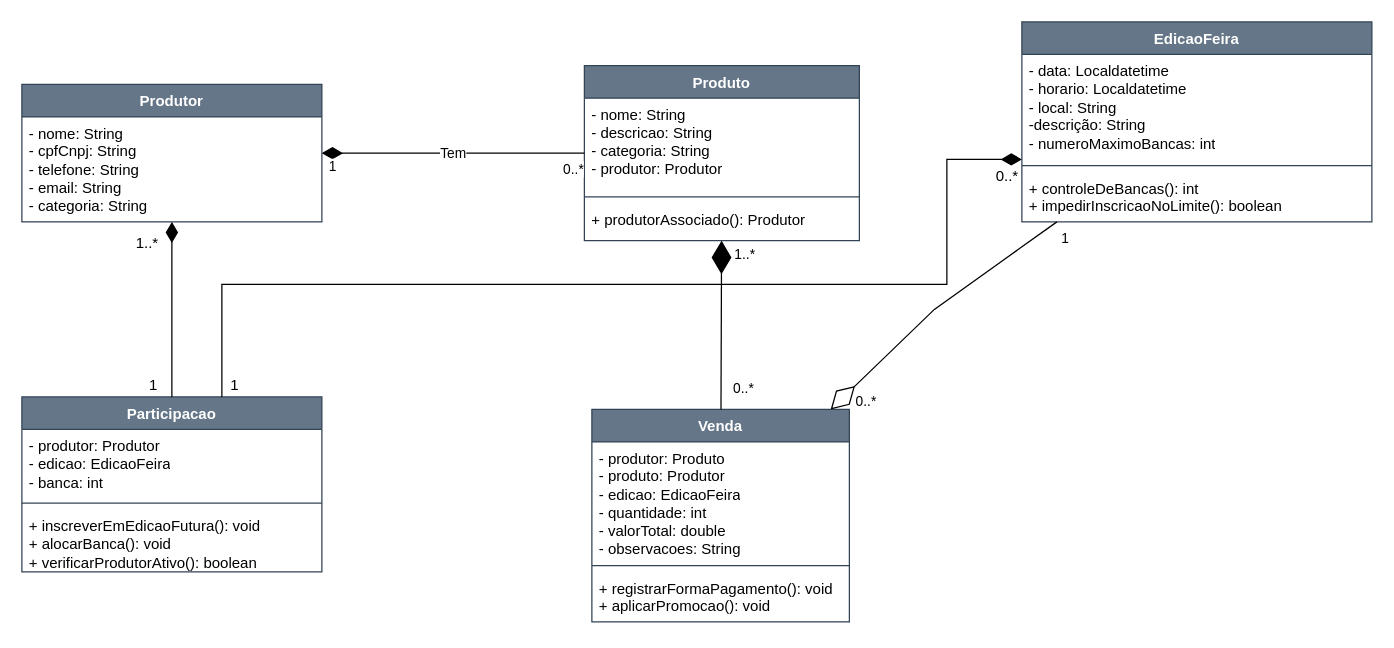
Earlier version of the draw.io diagram gestãofeirasV2(1).drawio (GustavoFelipeM/aplicacao-provas). Source tidied: cells renumbered, new cells numbered last; positions are measured from the earlier drawing's top-left corner, leaving out a move shared by most shapes. Both pictures are drawn from the tidied source at 125%, with x=0, y=0 at pixel (21, 21).
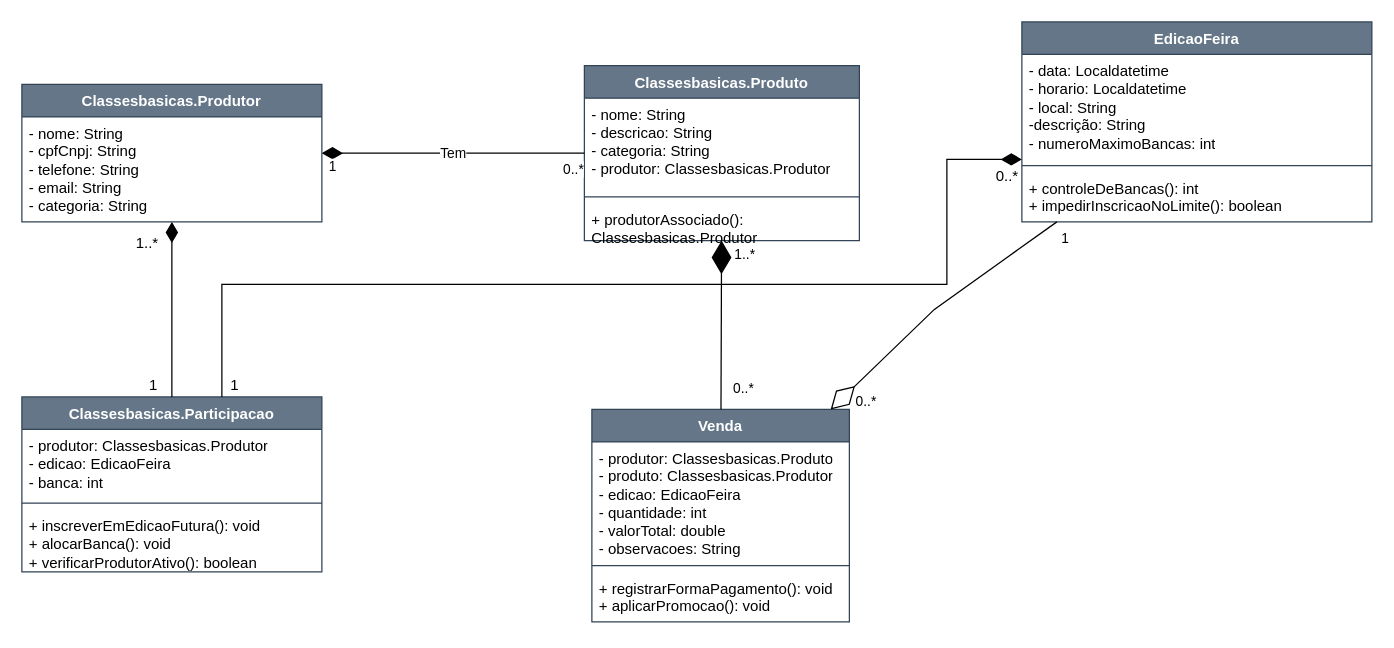
The same page after the edit.

Unchanged cells that the change refers to:
```xml
<mxCell id="16" value="Venda" style="swimlane;fontStyle=1;align=center;verticalAlign=top;horizontal=1;startSize=26;whiteSpace=wrap;html=1;fillColor=#647687;fontColor=#ffffff;strokeColor=#314354;" parent="1" vertex="1">
  <mxGeometry x="456" y="310" width="206" height="170" as="geometry" />
</mxCell>
```

What changed in the source:
```diff
@@
-    <mxCell id="2" value="Produtor" style="swimlane;fontStyle=1;align=center;verticalAlign=top;horizontal=1;startSize=26;whiteSpace=wrap;html=1;fillColor=#647687;strokeColor=#314354;fontColor=#ffffff;" parent="1" vertex="1">
+    <mxCell id="2" value="Classesbasicas.Produtor" style="swimlane;fontStyle=1;align=center;verticalAlign=top;horizontal=1;startSize=26;whiteSpace=wrap;html=1;fillColor=#647687;strokeColor=#314354;fontColor=#ffffff;" parent="1" vertex="1">
       <mxGeometry y="50" width="240" height="110" as="geometry" />
     </mxCell>
@@
-    <mxCell id="4" value="Produto" style="swimlane;fontStyle=1;align=center;verticalAlign=top;horizontal=1;startSize=26;whiteSpace=wrap;html=1;fillColor=#647687;strokeColor=#314354;fontColor=#ffffff;" parent="1" vertex="1">
+    <mxCell id="4" value="Classesbasicas.Produto" style="swimlane;fontStyle=1;align=center;verticalAlign=top;horizontal=1;startSize=26;whiteSpace=wrap;html=1;fillColor=#647687;strokeColor=#314354;fontColor=#ffffff;" parent="1" vertex="1">
       <mxGeometry x="450" y="35" width="220" height="140" as="geometry" />
     </mxCell>
-    <mxCell id="5" value="- nome: String&lt;div&gt;- descricao&lt;span style=&quot;background-color: transparent; color: light-dark(rgb(0, 0, 0), rgb(255, 255, 255));&quot;&gt;: String&lt;/span&gt;&lt;/div&gt;&lt;div&gt;- categoria&lt;span style=&quot;background-color: transparent; color: light-dark(rgb(0, 0, 0), rgb(255, 255, 255));&quot;&gt;: String&lt;/span&gt;&lt;/div&gt;&lt;div&gt;&lt;span style=&quot;background-color: transparent; color: light-dark(rgb(0, 0, 0), rgb(255, 255, 255));&quot;&gt;- produtor: Produtor&lt;/span&gt;&lt;/div&gt;" style="text;strokeColor=none;fillColor=none;align=left;verticalAlign=top;spacingLeft=4;spacingRight=4;overflow=hidden;whiteSpace=wrap;html=1;" parent="4" vertex="1">
+    <mxCell id="5" value="- nome: String&lt;div&gt;- descricao&lt;span style=&quot;background-color: transparent; color: light-dark(rgb(0, 0, 0), rgb(255, 255, 255));&quot;&gt;: String&lt;/span&gt;&lt;/div&gt;&lt;div&gt;- categoria&lt;span style=&quot;background-color: transparent; color: light-dark(rgb(0, 0, 0), rgb(255, 255, 255));&quot;&gt;: String&lt;/span&gt;&lt;/div&gt;&lt;div&gt;&lt;span style=&quot;background-color: transparent; color: light-dark(rgb(0, 0, 0), rgb(255, 255, 255));&quot;&gt;- produtor: Classesbasicas.Produtor&lt;/span&gt;&lt;/div&gt;" style="text;strokeColor=none;fillColor=none;align=left;verticalAlign=top;spacingLeft=4;spacingRight=4;overflow=hidden;whiteSpace=wrap;html=1;" parent="4" vertex="1">
       <mxGeometry y="26" width="220" height="74" as="geometry" />
     </mxCell>
@@
-    <mxCell id="7" value="&lt;div&gt;+ produtorAssociado(): Produtor&lt;/div&gt;&lt;div&gt;&lt;br&gt;&lt;/div&gt;" style="text;strokeColor=none;fillColor=none;align=left;verticalAlign=top;spacingLeft=4;spacingRight=4;overflow=hidden;whiteSpace=wrap;html=1;" parent="4" vertex="1">
+    <mxCell id="7" value="&lt;div&gt;+ produtorAssociado(): Classesbasicas.Produtor&lt;/div&gt;&lt;div&gt;&lt;br&gt;&lt;/div&gt;" style="text;strokeColor=none;fillColor=none;align=left;verticalAlign=top;spacingLeft=4;spacingRight=4;overflow=hidden;whiteSpace=wrap;html=1;" parent="4" vertex="1">
       <mxGeometry y="110" width="220" height="30" as="geometry" />
     </mxCell>
@@
-    <mxCell id="12" value="Participacao" style="swimlane;fontStyle=1;align=center;verticalAlign=top;horizontal=1;startSize=26;whiteSpace=wrap;html=1;fillColor=#647687;fontColor=#ffffff;strokeColor=#314354;" parent="1" vertex="1">
+    <mxCell id="12" value="Classesbasicas.Participacao" style="swimlane;fontStyle=1;align=center;verticalAlign=top;horizontal=1;startSize=26;whiteSpace=wrap;html=1;fillColor=#647687;fontColor=#ffffff;strokeColor=#314354;" parent="1" vertex="1">
       <mxGeometry y="300" width="240" height="140" as="geometry" />
     </mxCell>
-    <mxCell id="13" value="- produtor: Produtor&lt;div&gt;- edicao: EdicaoFeira&lt;/div&gt;&lt;div&gt;- banca: int&lt;/div&gt;" style="text;strokeColor=none;fillColor=none;align=left;verticalAlign=top;spacingLeft=4;spacingRight=4;overflow=hidden;whiteSpace=wrap;html=1;" parent="12" vertex="1">
+    <mxCell id="13" value="- produtor: Classesbasicas.Produtor&lt;div&gt;- edicao: EdicaoFeira&lt;/div&gt;&lt;div&gt;- banca: int&lt;/div&gt;" style="text;strokeColor=none;fillColor=none;align=left;verticalAlign=top;spacingLeft=4;spacingRight=4;overflow=hidden;whiteSpace=wrap;html=1;" parent="12" vertex="1">
       <mxGeometry y="26" width="240" height="54" as="geometry" />
     </mxCell>
@@
-    <mxCell id="17" value="- produtor: Produto&lt;div&gt;- produto: Produtor&lt;/div&gt;&lt;div&gt;- edicao: EdicaoFeira&lt;/div&gt;&lt;div&gt;- quantidade: int&lt;/div&gt;&lt;div&gt;- valorTotal: double&lt;/div&gt;&lt;div&gt;- observacoes: String&lt;/div&gt;" style="text;strokeColor=none;fillColor=none;align=left;verticalAlign=top;spacingLeft=4;spacingRight=4;overflow=hidden;whiteSpace=wrap;html=1;" parent="16" vertex="1">
+    <mxCell id="17" value="- produtor: Classesbasicas.Produto&lt;div&gt;- produto: Classesbasicas.Produtor&lt;/div&gt;&lt;div&gt;- edicao: EdicaoFeira&lt;/div&gt;&lt;div&gt;- quantidade: int&lt;/div&gt;&lt;div&gt;- valorTotal: double&lt;/div&gt;&lt;div&gt;- observacoes: String&lt;/div&gt;" style="text;strokeColor=none;fillColor=none;align=left;verticalAlign=top;spacingLeft=4;spacingRight=4;overflow=hidden;whiteSpace=wrap;html=1;" parent="16" vertex="1">
       <mxGeometry y="26" width="206" height="94" as="geometry" />
     </mxCell>
```
